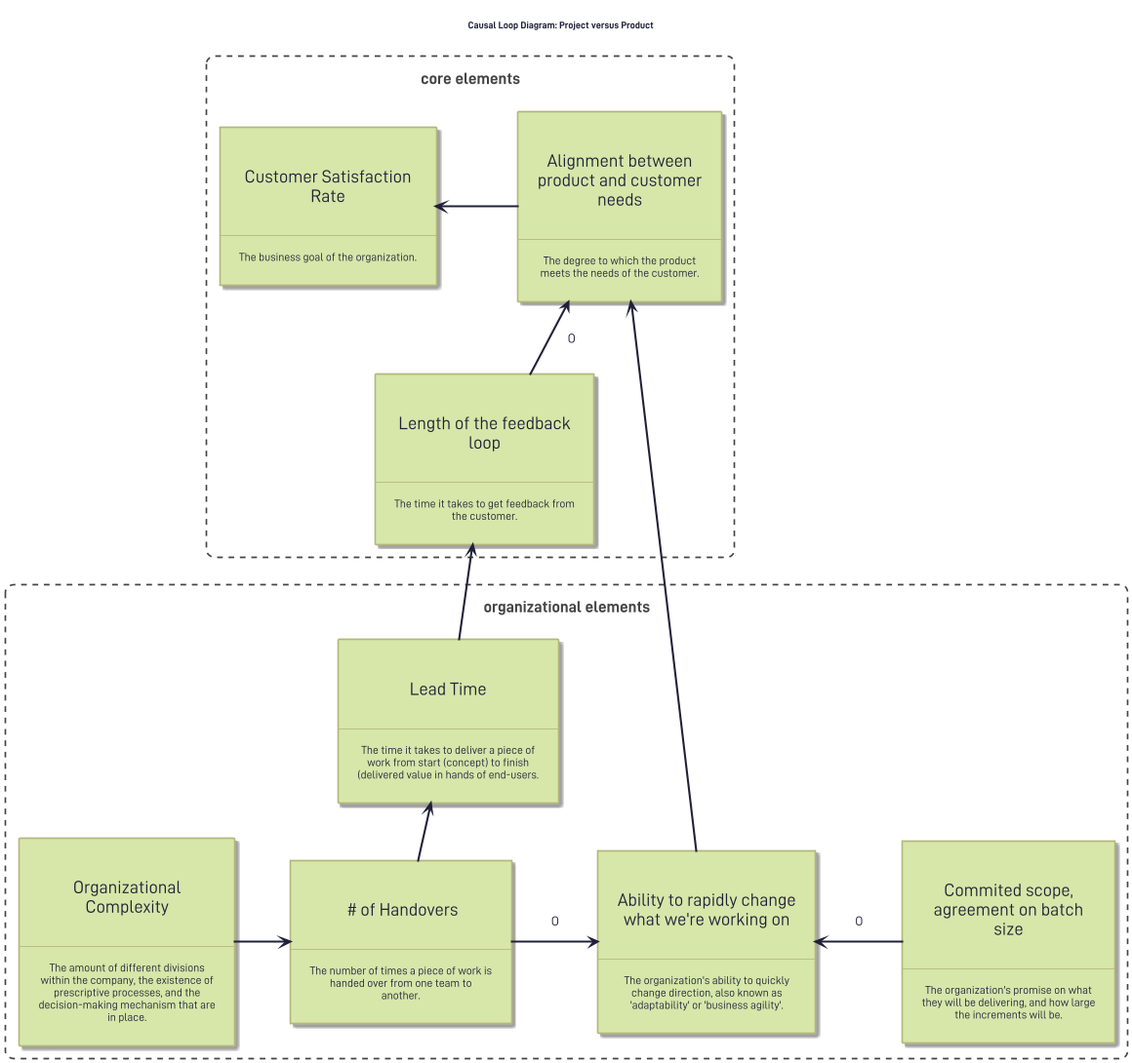
Above: static/images/kata/organizational_elements_CONNECTED.png in sddevelopment-be/systems-thinking-kata (PlantUML), before the change.
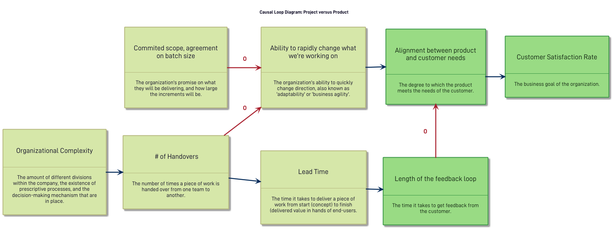
Later version of the same file.

Change to the diagram source:
```diff
@@ -5,29 +5,34 @@
 
 skinparam backgroundColor white
 skinparam linetype disabled
+skinparam dpi 240
 
-Boundary(core, "core elements") {
-	Sticky(customer_satisfaction, "Customer Satisfaction Rate", "The business goal of the organization.")
-  Sticky(alignment_to_market, "Alignment between product and customer needs", "The degree to which the product meets the needs of the customer.")
-  Sticky(loop_length, "Length of the feedback loop", "The time it takes to get feedback from the customer.")
 
-   alignment_to_market -left-> customer_satisfaction: " "
-   loop_length -up-> alignment_to_market: "O"
+left to right direction
+
+together {
+	Sticky_Green(customer_satisfaction, "Customer Satisfaction Rate", "The business goal of the organization.")
+  Sticky_Green(alignment_to_market, "Alignment between product and customer needs", "The degree to which the product meets the needs of the customer.")
+  Sticky_Green(loop_length, "Length of the feedback loop", "The time it takes to get feedback from the customer.")
 }
 
-Boundary(organizational, "organizational elements") {
+s(alignment_to_market, customer_satisfaction)
+alignment_to_market -[hidden]up-> customer_satisfaction
+o(loop_length, alignment_to_market)
+loop_length -[hidden]left-> alignment_to_market
+
 	Sticky(adaptability, "Ability to rapidly change what we're working on", "The organization's ability to quickly change direction, also known as 'adaptability' or 'business agility'.")
 	Sticky(scope, "Commited scope, agreement on batch size", "The organization's promise on what they will be delivering, and how large the increments will be.")
   Sticky(complexity, "Organizational Complexity", "The amount of different divisions within the company, the existence of prescriptive processes, and the decision-making mechanism that are in place.")
   Sticky(handovers, " # of Handovers", "The number of times a piece of work is handed over from one team to another.")
   Sticky(lead_time, "Lead Time", "The time it takes to deliver a piece of work from start (concept) to finish (delivered value in hands of end-users.")
-}
 
-adaptability -left-> alignment_to_market
-handovers -right-> adaptability : "O"
-scope -left-> adaptability : "O"
-complexity -right-> handovers
-handovers -up-> lead_time
-lead_time -up-> loop_length
+s(adaptability, alignment_to_market)
+o(handovers, adaptability)
+o(scope, adaptability)
+s(complexity, handovers)
+s(handovers, lead_time)
+s(lead_time, loop_length)
+
 
 @enduml
```
